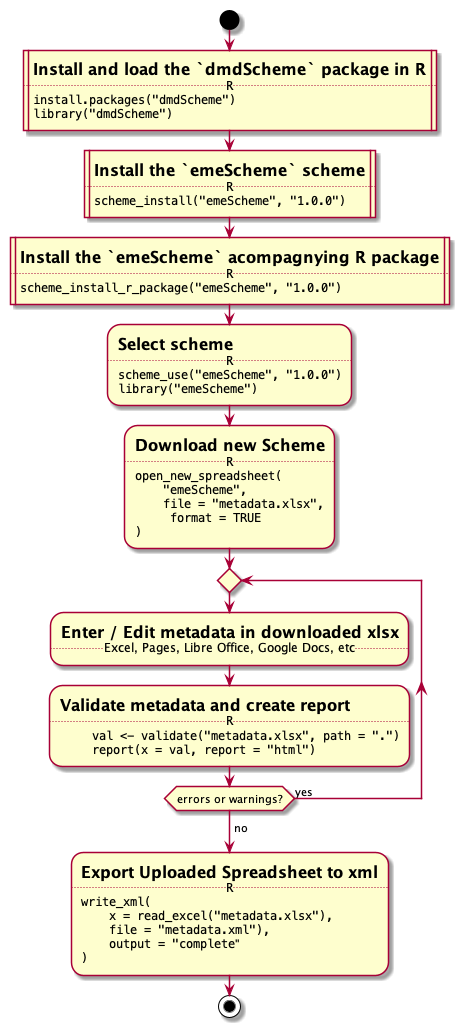
Earlier version of the PlantUML export vignettes/figs/workflow_enterMetaData_R.png (UZH-PEG/dmdScheme).
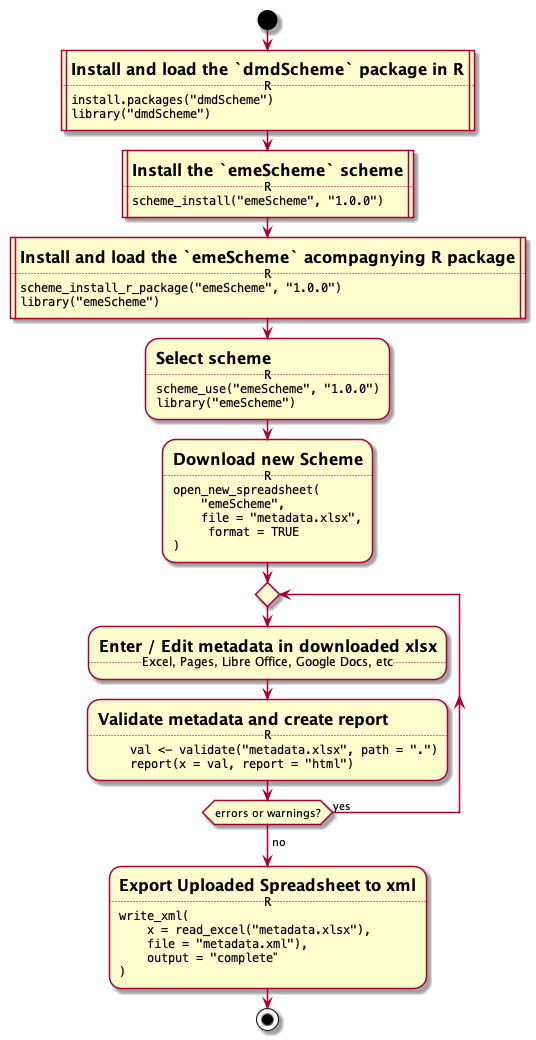
After the commit.

What changed in the source:
```diff
@@ -12,9 +12,10 @@
 := Install the `emeScheme` scheme
 ..R..
 ""scheme_install("emeScheme", "1.0.0")""|
-:= Install the `emeScheme` acompagnying R package
+:= Install and load the `emeScheme` acompagnying R package
 ..R..
-""scheme_install_r_package("emeScheme", "1.0.0")""|
+""scheme_install_r_package("emeScheme", "1.0.0")""
+""library("emeScheme")""|
 := Select scheme
 ..R..
 ""scheme_use("emeScheme", "1.0.0")""
```
